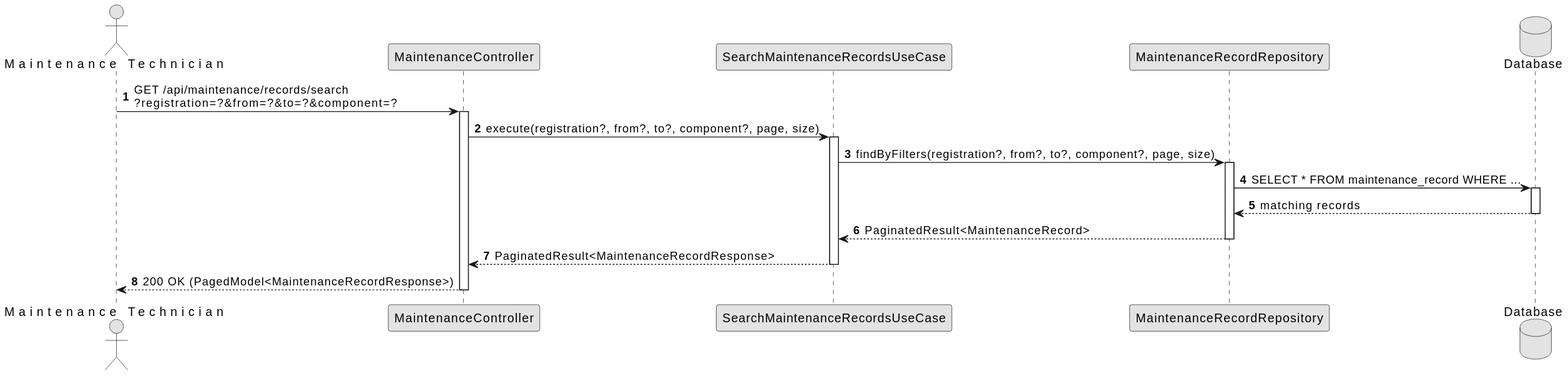
Above: docs/system-documentation/use-cases/WP4B/US218/svg/sd_us218.svg in VascoMagolo/psoft_1231562_1241692_1242036_2db (PlantUML), before the change. Its diagram source:
```plantuml
@startuml
autonumber
skinparam monochrome true
skinparam packageStyle rect
skinparam shadowing false

actor "ATCC / MAINTENANCE_SUPERVISOR" as Actor
participant "MaintenanceController" as Ctrl
participant "SearchMaintenanceRecordsUseCase" as UC
participant "MaintenanceRecordRepository" as Repo
database "Database" as DB

Actor -> Ctrl : GET /api/maintenance/records/search\n?registration=?&from=?&to=?&component=?
activate Ctrl

Ctrl -> UC : execute(registration?, from?, to?, component?, page, size)
activate UC

UC -> Repo : findByFilters(registration?, from?, to?, component?, page, size)
activate Repo
Repo -> DB : SELECT * FROM maintenance_record WHERE ...
activate DB
DB --> Repo : matching records
deactivate DB
Repo --> UC : PaginatedResult<MaintenanceRecord>
deactivate Repo

UC --> Ctrl : PaginatedResult<MaintenanceRecordResponse>
deactivate UC

Ctrl --> Actor : 200 OK (PagedModel<MaintenanceRecordResponse>)
deactivate Ctrl
@enduml
```
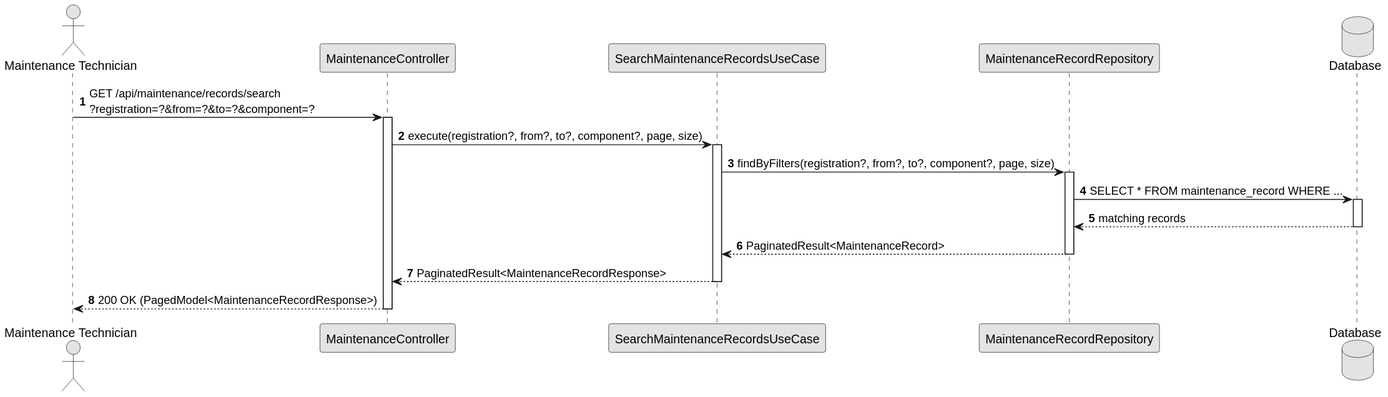
After the commit.

Diff of the diagram source:
```diff
@@ -4,7 +4,7 @@
 skinparam packageStyle rect
 skinparam shadowing false
 
-actor "ATCC / MAINTENANCE_SUPERVISOR" as Actor
+actor "Maintenance Technician" as Actor
 participant "MaintenanceController" as Ctrl
 participant "SearchMaintenanceRecordsUseCase" as UC
 participant "MaintenanceRecordRepository" as Repo
```
